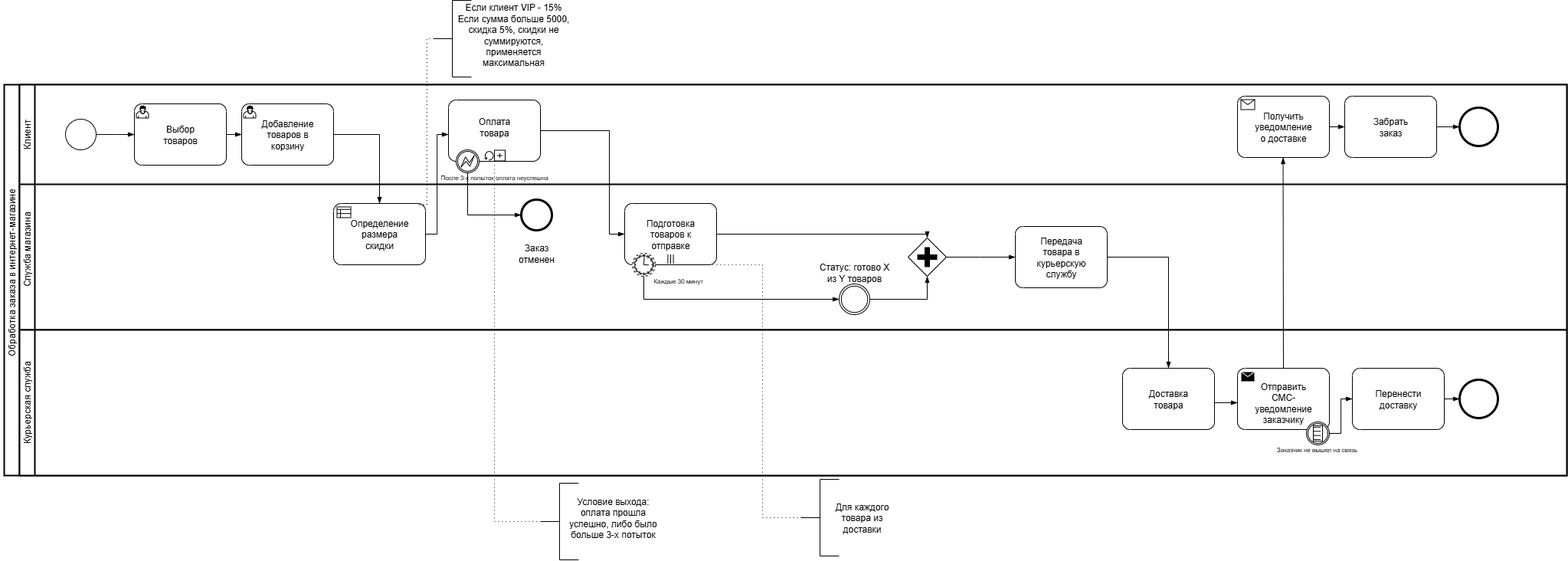
Above: доставка.drawio.png in zzzwjaga/bpmn (draw.io), before the change. Source tidied: cells renumbered, new cells last; positions are measured from the earlier drawing's top-left corner, leaving out a move shared by most shapes.
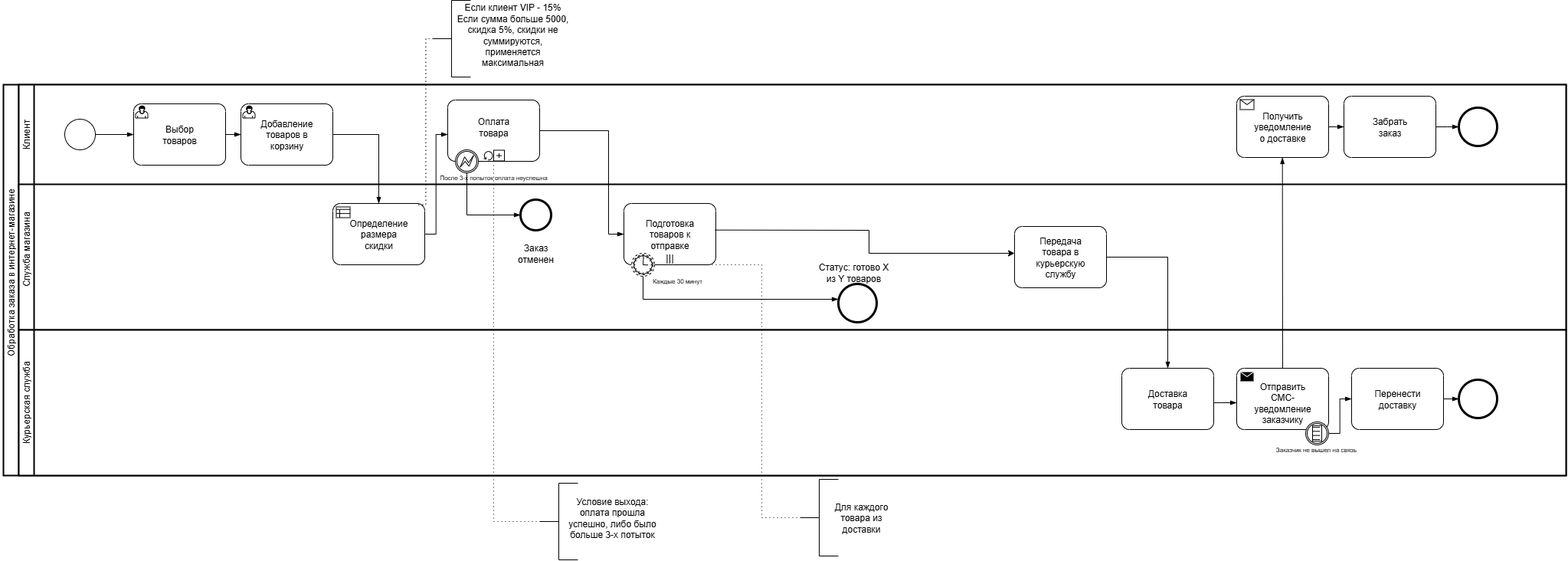
Above is the later version.

What changed in the source:
```diff
@@ -95,35 +95,27 @@
     <mxCell id="32" value="Служба магазина" style="text;html=1;strokeColor=none;fillColor=none;align=center;verticalAlign=middle;whiteSpace=wrap;rounded=0;rotation=-90;" parent="23" vertex="1">
       <mxGeometry x="-60" y="70" width="140" height="30" as="geometry" />
     </mxCell>
-    <mxCell id="33" style="points=[[0.145,0.145,0],[0.5,0,0],[0.855,0.145,0],[1,0.5,0],[0.855,0.855,0],[0.5,1,0],[0.145,0.855,0],[0,0.5,0]];shape=mxgraph.bpmn.event;html=1;verticalLabelPosition=bottom;labelBackgroundColor=#ffffff;verticalAlign=top;align=center;perimeter=ellipsePerimeter;outlineConnect=0;outline=throwing;symbol=general;" parent="23" vertex="1">
-      <mxGeometry x="1070" y="130" width="40" height="40" as="geometry" />
-    </mxCell>
     <mxCell id="34" value="Статус: готово Х из Y товаров" style="text;html=1;align=center;verticalAlign=middle;whiteSpace=wrap;rounded=0;" parent="23" vertex="1">
       <mxGeometry x="1040" y="100" width="100" height="30" as="geometry" />
     </mxCell>
-    <mxCell id="35" style="points=[[0.25,0.25,0],[0.5,0,0],[0.75,0.25,0],[1,0.5,0],[0.75,0.75,0],[0.5,1,0],[0.25,0.75,0],[0,0.5,0]];shape=mxgraph.bpmn.gateway2;html=1;verticalLabelPosition=bottom;labelBackgroundColor=#ffffff;verticalAlign=top;align=center;perimeter=rhombusPerimeter;outlineConnect=0;outline=none;symbol=none;gwType=parallel;" parent="23" vertex="1">
-      <mxGeometry x="1160" y="70" width="50" height="50" as="geometry" />
-    </mxCell>
-    <mxCell id="36" style="edgeStyle=elbowEdgeStyle;fontSize=12;html=1;endArrow=blockThin;endFill=1;rounded=0;exitX=1;exitY=0.5;exitDx=0;exitDy=0;exitPerimeter=0;entryX=0.5;entryY=1;entryDx=0;entryDy=0;entryPerimeter=0;" parent="23" edge="1" source="33" target="35">
-      <mxGeometry relative="1" as="geometry">
-        <Array as="points">
-          <mxPoint x="1185" y="140" />
-        </Array>
-      </mxGeometry>
-    </mxCell>
-    <mxCell id="37" style="edgeStyle=elbowEdgeStyle;fontSize=12;html=1;endArrow=blockThin;endFill=1;rounded=0;exitX=1;exitY=0.5;exitDx=0;exitDy=0;exitPerimeter=0;entryX=0.5;entryY=0;entryDx=0;entryDy=0;entryPerimeter=0;" parent="23" edge="1" source="27" target="35">
-      <mxGeometry relative="1" as="geometry">
-        <Array as="points">
-          <mxPoint x="1185" y="70" />
-        </Array>
-      </mxGeometry>
-    </mxCell>
     <mxCell id="38" style="shape=mxgraph.bpmn.task2;whiteSpace=wrap;rectStyle=rounded;size=10;html=1;taskMarker=abstract;" parent="23" vertex="1">
       <mxGeometry x="1300" y="55" width="120" height="80" as="geometry" />
     </mxCell>
     <mxCell id="39" value="Передача товара в курьерскую службу" style="text;html=1;align=center;verticalAlign=middle;whiteSpace=wrap;rounded=0;" parent="38" vertex="1">
       <mxGeometry x="30" y="25" width="60" height="30" as="geometry" />
     </mxCell>
+    <mxCell id="72" style="endArrow=classic;html=1;rounded=0;exitX=0.992;exitY=0.433;exitDx=0;exitDy=0;exitPerimeter=0;" parent="23" edge="1" source="27">
+      <mxGeometry relative="1" as="geometry">
+        <mxPoint x="1300" y="90" as="targetPoint" />
+        <Array as="points">
+          <mxPoint x="1110" y="60" />
+          <mxPoint x="1110" y="90" />
+        </Array>
+      </mxGeometry>
+    </mxCell>
+    <mxCell id="73" style="shape=mxgraph.bpmn.event;html=1;verticalLabelPosition=bottom;labelBackgroundColor=#ffffff;verticalAlign=top;align=center;perimeter=ellipsePerimeter;outline=end;symbol=terminate2;" parent="23" vertex="1">
+      <mxGeometry x="1070" y="130" width="50" height="50" as="geometry" />
+    </mxCell>
     <mxCell id="40" style="swimlane;html=1;startSize=20;fontStyle=0;horizontal=0;swimlaneLine=1;swimlaneFillColor=#ffffff;strokeWidth=2;whiteSpace=wrap;" parent="2" vertex="1">
       <mxGeometry x="20" y="320" width="2020" height="190" as="geometry" />
     </mxCell>
@@ -254,10 +246,5 @@
         </Array>
       </mxGeometry>
     </mxCell>
-    <mxCell id="71" style="edgeStyle=elbowEdgeStyle;fontSize=12;html=1;endArrow=blockThin;endFill=1;rounded=0;exitX=1;exitY=0.5;exitDx=0;exitDy=0;exitPerimeter=0;" parent="1" edge="1" source="35">
-      <mxGeometry relative="1" as="geometry">
-        <mxPoint x="1440" y="335" as="targetPoint" />
-      </mxGeometry>
-    </mxCell>
   </root>
 </mxGraphModel>
```
